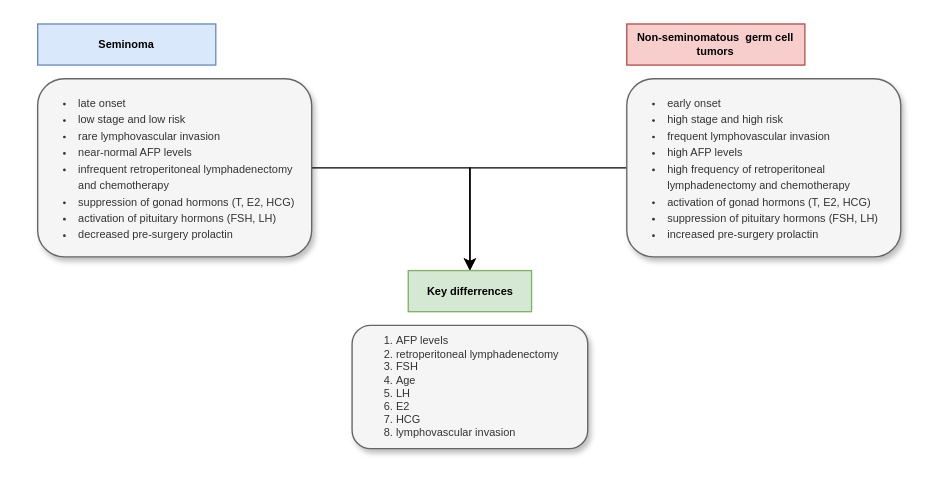
This is schemes/results_histology.drawio from PiotrTymoszuk/TesCa_hormones, a draw.io file, before an edit. Source tidied: cells renumbered, new cells numbered last; positions are measured from the earlier drawing's top-left corner, leaving out a move shared by most shapes. Both pictures are drawn from the tidied source at 137%, with x=0, y=0 at pixel (37, 23).
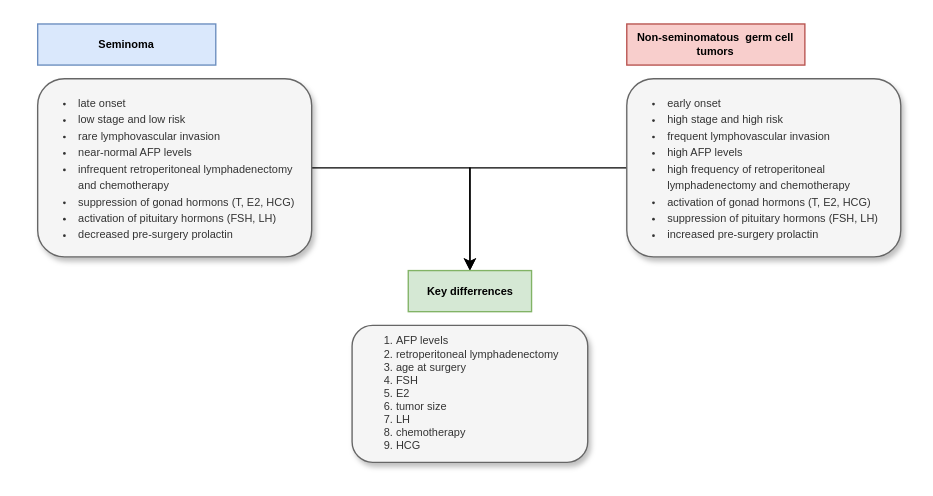
The same diagram, later.

The edit, as a diff of the source:
```diff
@@
 <mxGraphModel>
   <root>
     <mxCell id="0" />
     <mxCell id="1" parent="0" />
     <mxCell id="2" value="Seminoma" style="rounded=0;whiteSpace=wrap;html=1;fontSize=8;fontStyle=1;fillColor=#dae8fc;strokeColor=#6c8ebf;" parent="1" vertex="1">
       <mxGeometry width="130" height="30" as="geometry" />
     </mxCell>
     <mxCell id="3" value="Non-seminomatous&amp;nbsp;&amp;nbsp;germ cell tumors" style="rounded=0;whiteSpace=wrap;html=1;fontSize=8;fontStyle=1;fillColor=#f8cecc;strokeColor=#b85450;" parent="1" vertex="1">
       <mxGeometry x="430" width="130" height="30" as="geometry" />
     </mxCell>
     <mxCell id="4" style="edgeStyle=orthogonalEdgeStyle;rounded=0;jettySize=auto;html=1;entryX=0.5;entryY=0;entryDx=0;entryDy=0;fontSize=8;" parent="1" edge="1" source="5" target="8">
       <mxGeometry relative="1" as="geometry" />
     </mxCell>
     <mxCell id="5" value="&lt;ul style=&quot;line-height: 150%;&quot;&gt;&lt;li&gt;early onset&lt;/li&gt;&lt;li&gt;high stage and high risk&amp;nbsp;&lt;/li&gt;&lt;li&gt;&lt;span style=&quot;background-color: initial;&quot;&gt;frequent lymphovascular invasion&lt;/span&gt;&lt;br&gt;&lt;/li&gt;&lt;li&gt;&lt;span style=&quot;background-color: initial;&quot;&gt;high AFP levels&lt;/span&gt;&lt;br&gt;&lt;/li&gt;&lt;li&gt;&lt;span style=&quot;background-color: initial;&quot;&gt;high frequency of retroperitoneal lymphadenectomy and chemotherapy&lt;/span&gt;&lt;br&gt;&lt;/li&gt;&lt;li&gt;activation of gonad hormons (T, E2, HCG)&lt;/li&gt;&lt;li&gt;suppression of pituitary hormons (FSH, LH)&lt;/li&gt;&lt;li&gt;increased pre-surgery prolactin&lt;/li&gt;&lt;/ul&gt;" style="rounded=1;whiteSpace=wrap;html=1;fontSize=8;verticalAlign=top;align=left;spacing=0;spacingLeft=-10;shadow=1;fillColor=#f5f5f5;fontColor=#333333;strokeColor=#666666;" parent="1" vertex="1">
       <mxGeometry x="430" y="40" width="200" height="130" as="geometry" />
     </mxCell>
     <mxCell id="6" style="edgeStyle=orthogonalEdgeStyle;rounded=0;jettySize=auto;html=1;entryX=0.5;entryY=0;entryDx=0;entryDy=0;fontSize=8;" parent="1" edge="1" source="7" target="8">
       <mxGeometry relative="1" as="geometry" />
     </mxCell>
     <mxCell id="7" value="&lt;ul style=&quot;line-height: 150%;&quot;&gt;&lt;li&gt;late onset&lt;/li&gt;&lt;li&gt;low stage and low risk&amp;nbsp;&lt;/li&gt;&lt;li&gt;&lt;span style=&quot;background-color: initial;&quot;&gt;rare lymphovascular invasion&lt;/span&gt;&lt;br&gt;&lt;/li&gt;&lt;li&gt;&lt;span style=&quot;background-color: initial;&quot;&gt;near-normal AFP levels&lt;/span&gt;&lt;br&gt;&lt;/li&gt;&lt;li&gt;&lt;span style=&quot;background-color: initial;&quot;&gt;infrequent retroperitoneal lymphadenectomy and chemotherapy&lt;/span&gt;&lt;br&gt;&lt;/li&gt;&lt;li&gt;suppression of gonad hormons (T, E2, HCG)&lt;/li&gt;&lt;li&gt;activation of pituitary hormons (FSH, LH)&lt;/li&gt;&lt;li&gt;decreased pre-surgery prolactin&lt;/li&gt;&lt;/ul&gt;" style="rounded=1;whiteSpace=wrap;html=1;fontSize=8;verticalAlign=top;align=left;spacing=0;spacingLeft=-10;glass=0;shadow=1;fillColor=#f5f5f5;fontColor=#333333;strokeColor=#666666;" parent="1" vertex="1">
       <mxGeometry y="40" width="200" height="130" as="geometry" />
     </mxCell>
     <mxCell id="8" value="Key differrences" style="rounded=0;whiteSpace=wrap;html=1;fontSize=8;fontStyle=1;fillColor=#d5e8d4;strokeColor=#82b366;" parent="1" vertex="1">
       <mxGeometry x="270.5" y="180" width="90" height="30" as="geometry" />
     </mxCell>
-    <mxCell id="9" value="&lt;ol&gt;&lt;li&gt;AFP levels&lt;/li&gt;&lt;li&gt;retroperitoneal lymphadenectomy&lt;br&gt;&lt;/li&gt;&lt;li&gt;FSH&lt;/li&gt;&lt;li&gt;Age&lt;/li&gt;&lt;li&gt;LH&lt;/li&gt;&lt;li&gt;E2&lt;/li&gt;&lt;li&gt;HCG&lt;/li&gt;&lt;li&gt;lymphovascular invasion&lt;/li&gt;&lt;/ol&gt;" style="rounded=1;whiteSpace=wrap;html=1;shadow=1;glass=0;fontSize=8;align=left;spacingLeft=-10;fillColor=#f5f5f5;fontColor=#333333;strokeColor=#666666;" parent="1" vertex="1">
-      <mxGeometry x="229.5" y="220" width="172" height="90" as="geometry" />
+    <mxCell id="9" value="&lt;ol&gt;&lt;li&gt;AFP levels&lt;/li&gt;&lt;li&gt;retroperitoneal lymphadenectomy&lt;br&gt;&lt;/li&gt;&lt;li&gt;age at surgery&lt;/li&gt;&lt;li&gt;FSH&lt;/li&gt;&lt;li&gt;E2&lt;/li&gt;&lt;li&gt;tumor size&lt;/li&gt;&lt;li&gt;LH&lt;/li&gt;&lt;li&gt;chemotherapy&lt;/li&gt;&lt;li&gt;HCG&lt;/li&gt;&lt;/ol&gt;" style="rounded=1;whiteSpace=wrap;html=1;shadow=1;glass=0;fontSize=8;align=left;spacingLeft=-10;fillColor=#f5f5f5;fontColor=#333333;strokeColor=#666666;" parent="1" vertex="1">
+      <mxGeometry x="229.5" y="220" width="172" height="100" as="geometry" />
     </mxCell>
   </root>
 </mxGraphModel>
```
